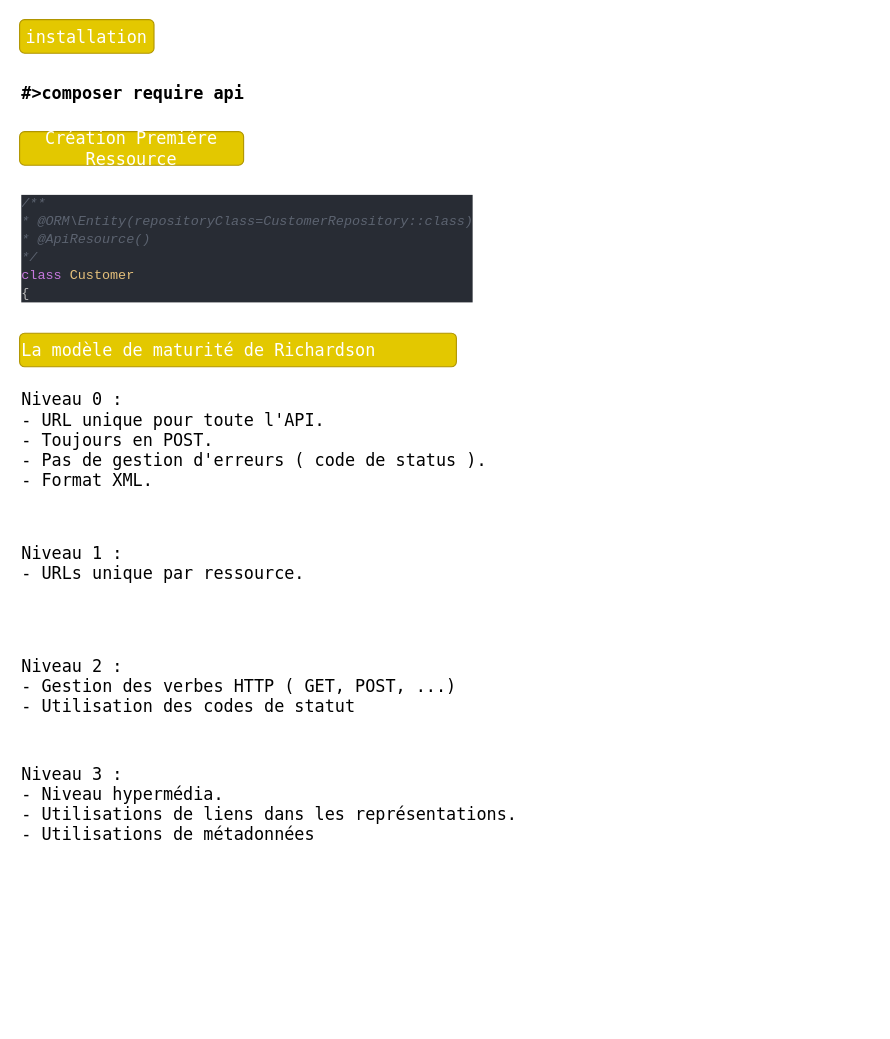
JihedGo/symfony-4-api-platform keeps this draw.io diagram as page "API Platform mise en place et decouvert du composant" (3 of 3) of symfony_4_api_platform.drawio. Above is the earlier version. Source tidied: cells renumbered, new cells numbered last; positions are measured from the earlier drawing's top-left corner, leaving out a move shared by most shapes. Both pictures are drawn from the tidied source at 112%, with x=0, y=0 at pixel (19, 19).
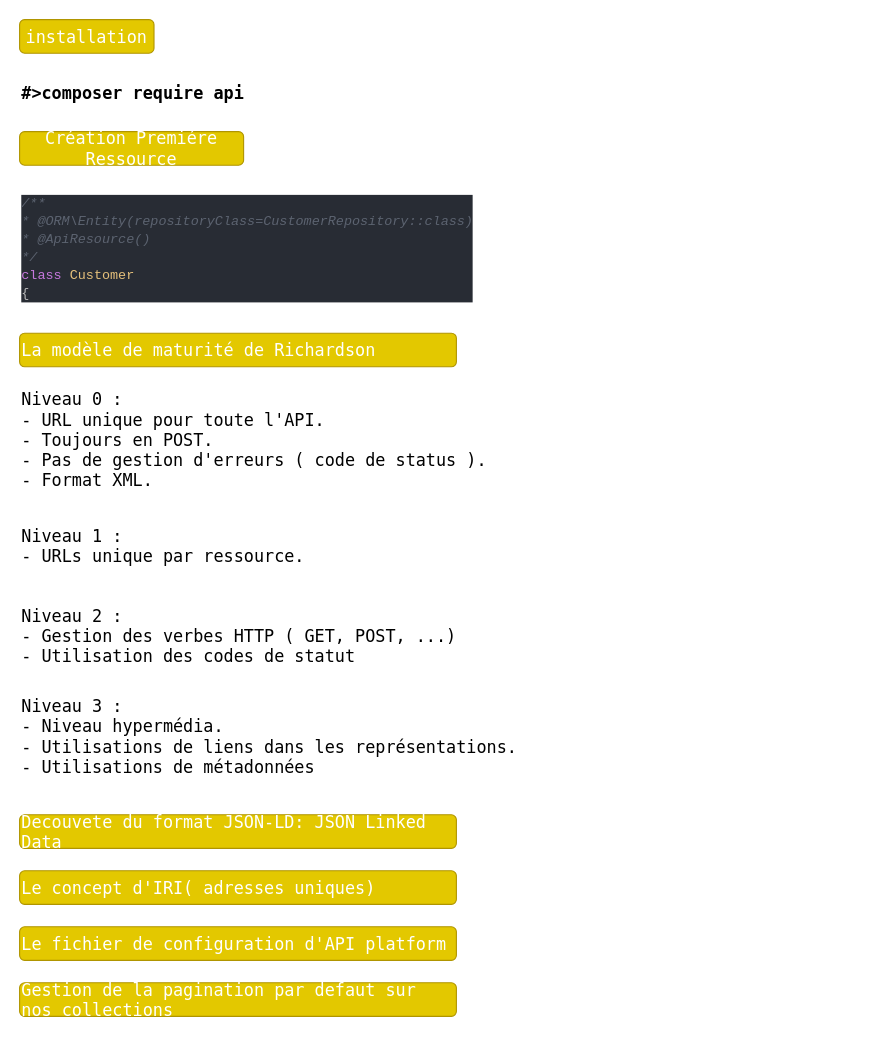
The same diagram, later.

Commit message (it also covers changes not shown here):
api platform configuration & disable pagination

What changed in the source:
```diff
@@
 <mxGraphModel>
   <root>
     <mxCell id="0" />
     <mxCell id="1" parent="0" />
     <mxCell id="2" value="installation" style="rounded=1;whiteSpace=wrap;html=1;fontFamily=Lucida Console;fontSize=15;fillColor=#e3c800;strokeColor=#B09500;fontColor=#ffffff;" parent="1" vertex="1">
       <mxGeometry width="120" height="30" as="geometry" />
     </mxCell>
     <mxCell id="3" value="#&amp;gt;composer require api" style="text;whiteSpace=wrap;html=1;fontSize=15;fontStyle=1;fontFamily=Lucida Console;" parent="1" vertex="1">
       <mxGeometry y="50" width="500" height="30" as="geometry" />
     </mxCell>
     <mxCell id="4" value="Création Premiére Ressource" style="rounded=1;whiteSpace=wrap;html=1;fontFamily=Lucida Console;fontSize=15;fillColor=#e3c800;strokeColor=#B09500;fontColor=#ffffff;" parent="1" vertex="1">
       <mxGeometry y="100" width="200" height="30" as="geometry" />
     </mxCell>
     <mxCell id="5" value="&lt;div style=&quot;color: rgb(187, 187, 187); background-color: rgb(40, 44, 52); font-family: &amp;quot;droid sans mono&amp;quot;, monospace, monospace, &amp;quot;droid sans fallback&amp;quot;; font-weight: normal; font-size: 12px; line-height: 16px;&quot;&gt;&lt;div&gt;&lt;span style=&quot;color: #5c6370 ; font-style: italic&quot;&gt;/**&lt;/span&gt;&lt;/div&gt;&lt;div&gt;&lt;span style=&quot;color: #5c6370 ; font-style: italic&quot;&gt; * @ORM\Entity(repositoryClass=CustomerRepository::class)&lt;/span&gt;&lt;/div&gt;&lt;div&gt;&lt;span style=&quot;color: #5c6370 ; font-style: italic&quot;&gt; * @ApiResource()&lt;/span&gt;&lt;/div&gt;&lt;div&gt;&lt;span style=&quot;color: #5c6370 ; font-style: italic&quot;&gt; */&lt;/span&gt;&lt;/div&gt;&lt;div&gt;&lt;span style=&quot;color: #c678dd&quot;&gt;class&lt;/span&gt;&lt;span style=&quot;color: #bbbbbb&quot;&gt; &lt;/span&gt;&lt;span style=&quot;color: #e5c07b&quot;&gt;Customer&lt;/span&gt;&lt;/div&gt;&lt;div&gt;&lt;span style=&quot;color: #bbbbbb&quot;&gt;{&lt;/span&gt;&lt;/div&gt;&lt;/div&gt;" style="text;whiteSpace=wrap;html=1;fontSize=15;fontFamily=Lucida Console;" parent="1" vertex="1">
       <mxGeometry y="150" width="430" height="110" as="geometry" />
     </mxCell>
     <mxCell id="6" value="La modèle de maturité de Richardson" style="rounded=1;whiteSpace=wrap;html=1;fontFamily=Lucida Console;fontSize=15;fillColor=#e3c800;strokeColor=#B09500;fontColor=#ffffff;align=left;" parent="1" vertex="1">
       <mxGeometry y="280" width="390" height="30" as="geometry" />
     </mxCell>
     <mxCell id="7" value="Niveau 0 : &lt;br&gt;- URL unique pour toute l'API.&lt;br&gt;- Toujours en POST.&lt;br&gt;- Pas de gestion d'erreurs ( code de status ).&lt;br&gt;- Format XML." style="text;html=1;strokeColor=none;fillColor=none;align=left;verticalAlign=middle;whiteSpace=wrap;rounded=0;fontFamily=Lucida Console;fontSize=15;" parent="1" vertex="1">
       <mxGeometry y="330" width="760" height="90" as="geometry" />
     </mxCell>
     <mxCell id="8" value="Niveau 1 : &lt;br&gt;- URLs unique par ressource." style="text;html=1;strokeColor=none;fillColor=none;align=left;verticalAlign=middle;whiteSpace=wrap;rounded=0;fontFamily=Lucida Console;fontSize=15;" parent="1" vertex="1">
-      <mxGeometry y="440" width="760" height="90" as="geometry" />
+      <mxGeometry y="440" width="760" height="60" as="geometry" />
     </mxCell>
     <mxCell id="9" value="Niveau 2 : &lt;br&gt;- Gestion des verbes HTTP ( GET, POST, ...)&lt;br&gt;- Utilisation des codes de statut" style="text;html=1;strokeColor=none;fillColor=none;align=left;verticalAlign=middle;whiteSpace=wrap;rounded=0;fontFamily=Lucida Console;fontSize=15;" parent="1" vertex="1">
-      <mxGeometry y="550" width="760" height="90" as="geometry" />
+      <mxGeometry y="520" width="760" height="60" as="geometry" />
     </mxCell>
     <mxCell id="10" value="Niveau 3 : &lt;br&gt;- Niveau hypermédia.&lt;br&gt;- Utilisations de liens dans les représentations.&lt;br&gt;- Utilisations de métadonnées" style="text;html=1;strokeColor=none;fillColor=none;align=left;verticalAlign=middle;whiteSpace=wrap;rounded=0;fontFamily=Lucida Console;fontSize=15;" parent="1" vertex="1">
-      <mxGeometry y="660" width="760" height="80" as="geometry" />
+      <mxGeometry y="600" width="760" height="80" as="geometry" />
     </mxCell>
+    <mxCell id="11" value="Decouvete du format JSON-LD: JSON Linked Data" style="rounded=1;whiteSpace=wrap;html=1;fontFamily=Lucida Console;fontSize=15;fillColor=#e3c800;strokeColor=#B09500;fontColor=#ffffff;align=left;" parent="1" vertex="1">
+      <mxGeometry y="710" width="390" height="30" as="geometry" />
+    </mxCell>
+    <mxCell id="12" value="Le concept d'IRI( adresses uniques)" style="rounded=1;whiteSpace=wrap;html=1;fontFamily=Lucida Console;fontSize=15;fillColor=#e3c800;strokeColor=#B09500;fontColor=#ffffff;align=left;" parent="1" vertex="1">
+      <mxGeometry y="760" width="390" height="30" as="geometry" />
+    </mxCell>
+    <mxCell id="13" value="Le fichier de configuration d'API platform" style="rounded=1;whiteSpace=wrap;html=1;fontFamily=Lucida Console;fontSize=15;fillColor=#e3c800;strokeColor=#B09500;fontColor=#ffffff;align=left;" parent="1" vertex="1">
+      <mxGeometry y="810" width="390" height="30" as="geometry" />
+    </mxCell>
+    <mxCell id="14" value="Gestion de la pagination par defaut sur nos collections" style="rounded=1;whiteSpace=wrap;html=1;fontFamily=Lucida Console;fontSize=15;fillColor=#e3c800;strokeColor=#B09500;fontColor=#ffffff;align=left;" parent="1" vertex="1">
+      <mxGeometry y="860" width="390" height="30" as="geometry" />
+    </mxCell>
   </root>
 </mxGraphModel>
```
